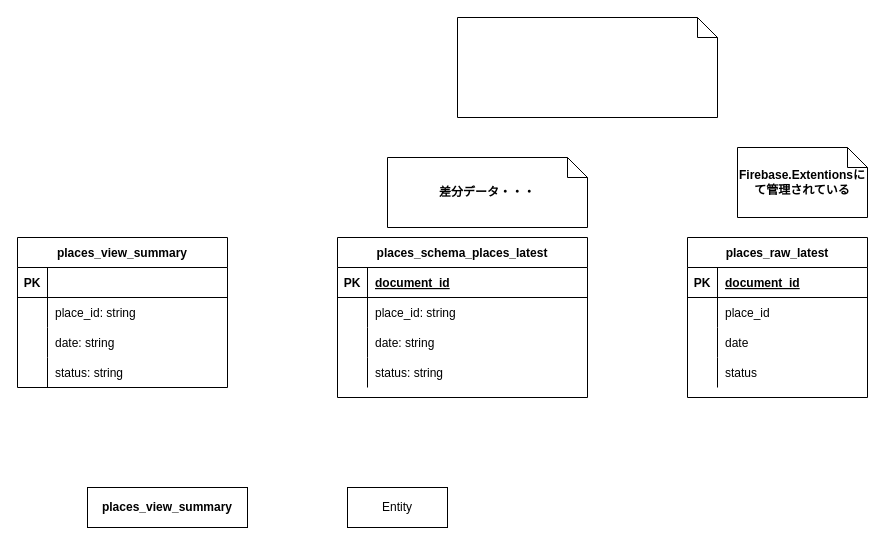
Above: page "E-R図" (3 of 4) of LocalMonitor.drawio in kaoru387/draw.io (draw.io), before the change. Source tidied: cells renumbered, new cells numbered last; positions are measured from the earlier drawing's top-left corner, leaving out a move shared by most shapes. Both pictures are drawn from the tidied source at 100%, with x=0, y=0 at pixel (17, 17).
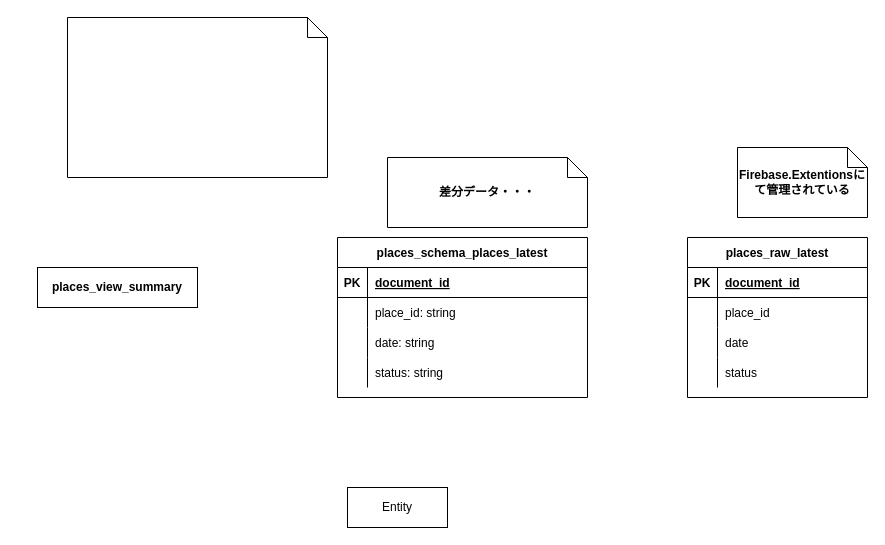
Above is the later version.

Commit message:
LocalMonitor.drawio を更新します

Diff of the diagram source:
```diff
@@
     <mxCell id="15" style="shape=note;size=20;whiteSpace=wrap;html=1;" parent="1" vertex="1">
-      <mxGeometry x="440" width="260" height="100" as="geometry" />
+      <mxGeometry x="50" width="260" height="160" as="geometry" />
     </mxCell>
@@
-    <mxCell id="31" value="places_view_summary" style="shape=table;startSize=30;childLayout=tableLayout;rowLines=0;fontStyle=1;align=center;" parent="1" vertex="1">
-      <mxGeometry y="220" width="210" height="150" as="geometry" />
-    </mxCell>
-    <mxCell id="32" style="shape=tableRow;horizontal=0;startSize=0;swimlaneHead=0;swimlaneBody=0;fillColor=none;top=0;left=0;right=0;bottom=1;" parent="31" vertex="1">
-      <mxGeometry y="30" width="210" height="30" as="geometry" />
-    </mxCell>
-    <mxCell id="33" value="PK" style="shape=partialRectangle;fillColor=none;top=0;left=0;bottom=0;right=0;fontStyle=1;overflow=hidden;" parent="32" vertex="1">
-      <mxGeometry width="30" height="30" as="geometry" />
-    </mxCell>
-    <mxCell id="34" style="shape=partialRectangle;fillColor=none;top=0;left=0;bottom=0;right=0;align=left;spacingLeft=6;fontStyle=5;overflow=hidden;" parent="32" vertex="1">
-      <mxGeometry x="30" width="180" height="30" as="geometry" />
-    </mxCell>
-    <mxCell id="35" style="shape=tableRow;horizontal=0;startSize=0;swimlaneHead=0;swimlaneBody=0;fillColor=none;top=0;left=0;right=0;bottom=0;" parent="31" vertex="1">
-      <mxGeometry y="60" width="210" height="30" as="geometry" />
-    </mxCell>
-    <mxCell id="36" style="shape=partialRectangle;fillColor=none;top=0;left=0;bottom=0;right=0;overflow=hidden;" parent="35" vertex="1">
-      <mxGeometry width="30" height="30" as="geometry" />
-    </mxCell>
-    <mxCell id="37" value="place_id: string" style="shape=partialRectangle;fillColor=none;top=0;left=0;bottom=0;right=0;align=left;spacingLeft=6;overflow=hidden;" parent="35" vertex="1">
-      <mxGeometry x="30" width="180" height="30" as="geometry" />
-    </mxCell>
-    <mxCell id="38" style="shape=tableRow;horizontal=0;startSize=0;swimlaneHead=0;swimlaneBody=0;fillColor=none;top=0;left=0;right=0;bottom=0;" parent="31" vertex="1">
-      <mxGeometry y="90" width="210" height="30" as="geometry" />
-    </mxCell>
-    <mxCell id="39" style="shape=partialRectangle;fillColor=none;top=0;left=0;bottom=0;right=0;overflow=hidden;" parent="38" vertex="1">
-      <mxGeometry width="30" height="30" as="geometry" />
-    </mxCell>
-    <mxCell id="40" value="date: string" style="shape=partialRectangle;fillColor=none;top=0;left=0;bottom=0;right=0;align=left;spacingLeft=6;overflow=hidden;" parent="38" vertex="1">
-      <mxGeometry x="30" width="180" height="30" as="geometry" />
-    </mxCell>
-    <mxCell id="41" style="shape=tableRow;horizontal=0;startSize=0;swimlaneHead=0;swimlaneBody=0;fillColor=none;top=0;left=0;right=0;bottom=0;" parent="31" vertex="1">
-      <mxGeometry y="120" width="210" height="30" as="geometry" />
-    </mxCell>
-    <mxCell id="42" style="shape=partialRectangle;fillColor=none;top=0;left=0;bottom=0;right=0;overflow=hidden;" parent="41" vertex="1">
-      <mxGeometry width="30" height="30" as="geometry" />
-    </mxCell>
-    <mxCell id="43" value="status: string" style="shape=partialRectangle;fillColor=none;top=0;left=0;bottom=0;right=0;align=left;spacingLeft=6;overflow=hidden;" parent="41" vertex="1">
-      <mxGeometry x="30" width="180" height="30" as="geometry" />
-    </mxCell>
@@
     <mxCell id="45" value="&lt;span style=&quot;font-weight: 700;&quot;&gt;places_view_summary&lt;/span&gt;" style="whiteSpace=wrap;html=1;align=center;" parent="1" vertex="1">
-      <mxGeometry x="70" y="470" width="160" height="40" as="geometry" />
+      <mxGeometry x="20" y="250" width="160" height="40" as="geometry" />
     </mxCell>
```
